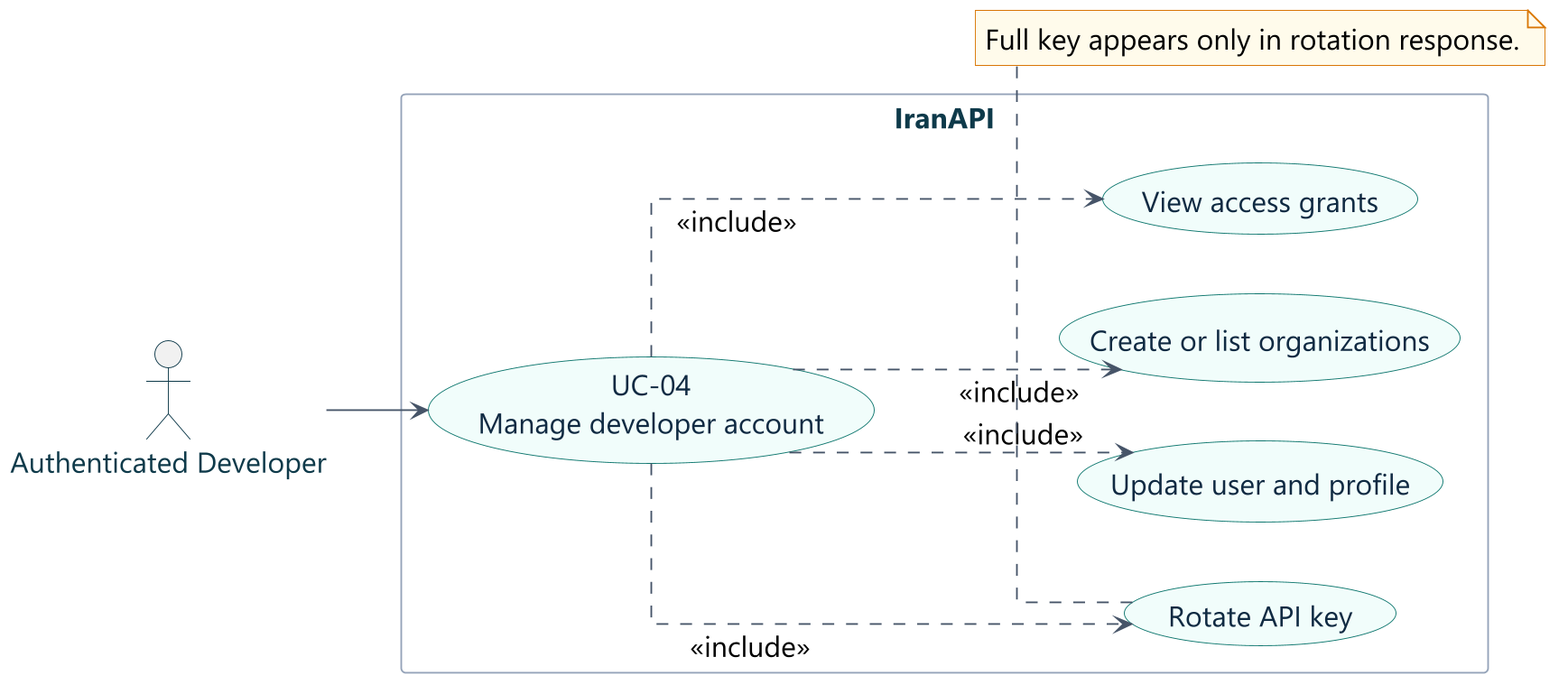
Before: report/images/use-cases/uc-04.png, a diagram exported from PlantUML (codeeefactory/IranAPI). The source it was exported from:
```plantuml
@startuml
!include style.puml
actor "Authenticated Developer" as Developer
rectangle IranAPI {
  usecase "UC-04\nManage developer account" as Main
  usecase "Update user and profile" as Profile
  usecase "Rotate API key" as Key
  usecase "Create or list organizations" as Org
  usecase "View access grants" as Grants
}
Developer --> Main
Main ..> Profile : <<include>>
Main ..> Key : <<include>>
Main ..> Org : <<include>>
Main ..> Grants : <<include>>
note bottom of Key
Full key appears only in rotation response.
end note
@enduml
```
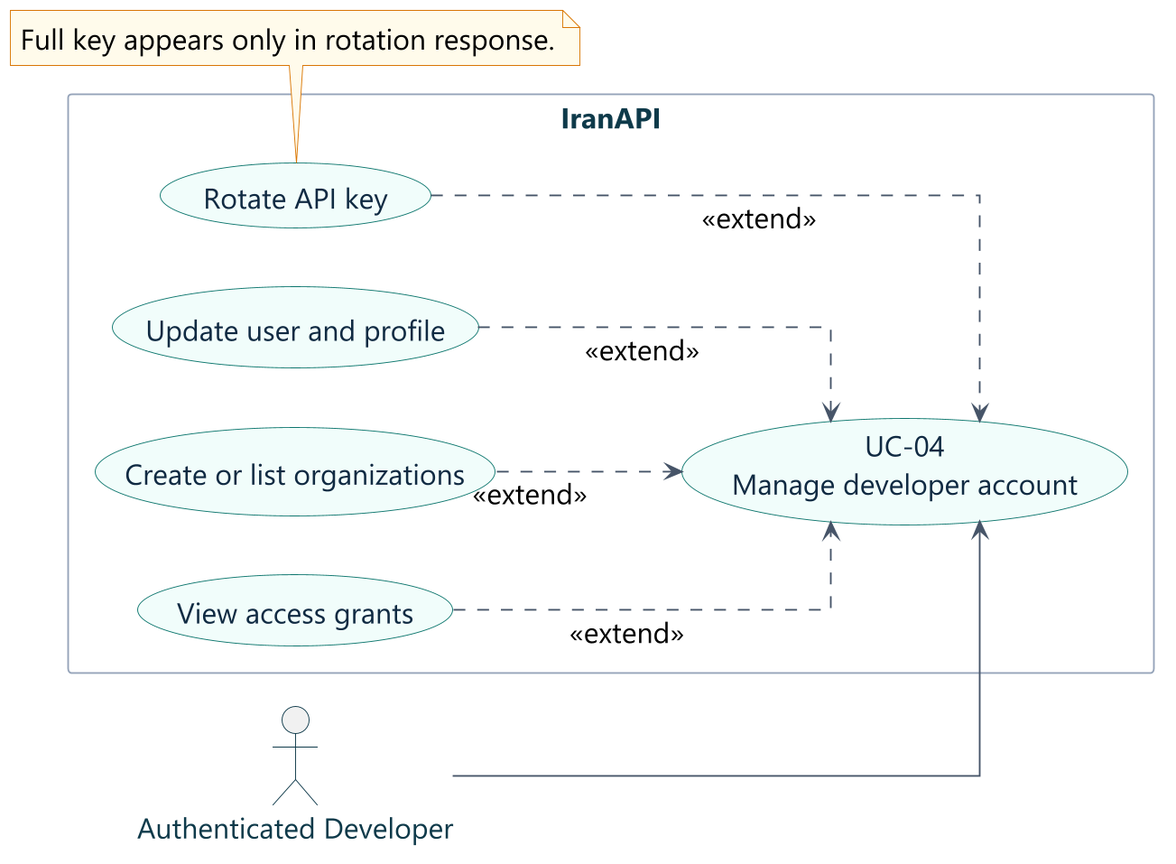
The same diagram one commit later.

Change to the diagram source:
```diff
@@ -9,10 +9,10 @@
   usecase "View access grants" as Grants
 }
 Developer --> Main
-Main ..> Profile : <<include>>
-Main ..> Key : <<include>>
-Main ..> Org : <<include>>
-Main ..> Grants : <<include>>
+Profile ..> Main : <<extend>>
+Key ..> Main : <<extend>>
+Org ..> Main : <<extend>>
+Grants ..> Main : <<extend>>
 note bottom of Key
 Full key appears only in rotation response.
 end note
```
